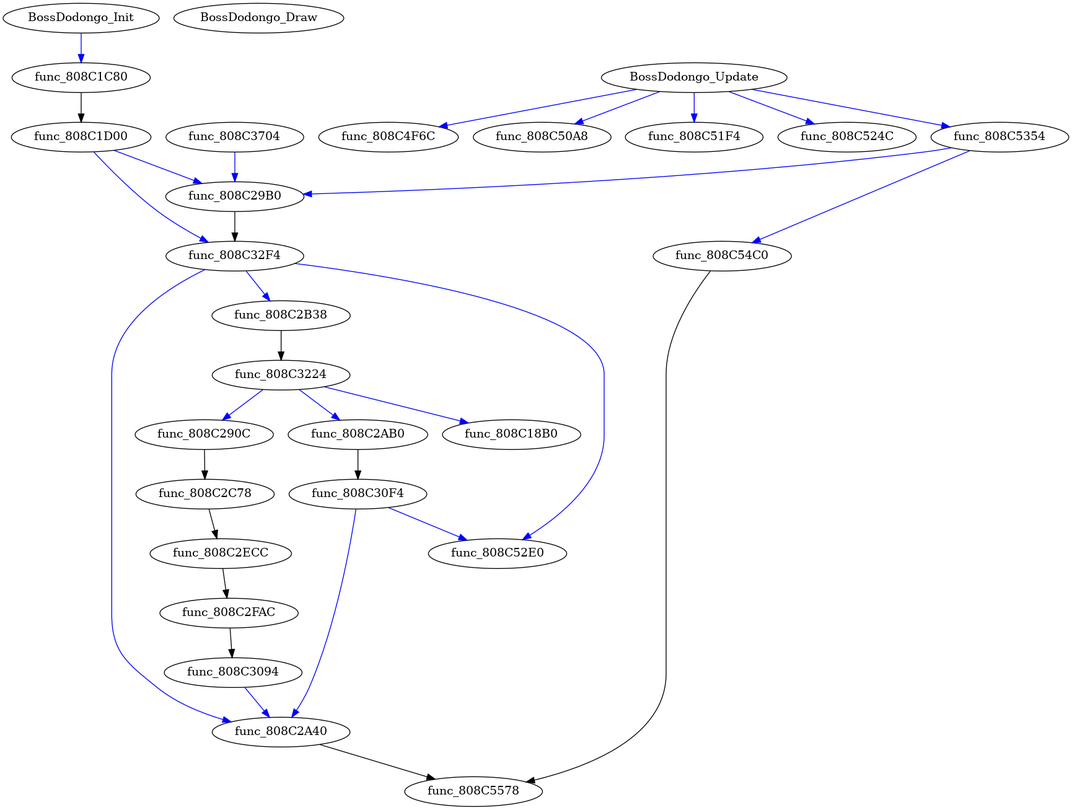
This is graphs/Boss_Dodongo.gv.png from zeldaret/oot, a Graphviz export, as it was before one commit. Its source is kept beside it as graphs/Boss_Dodongo.gv.
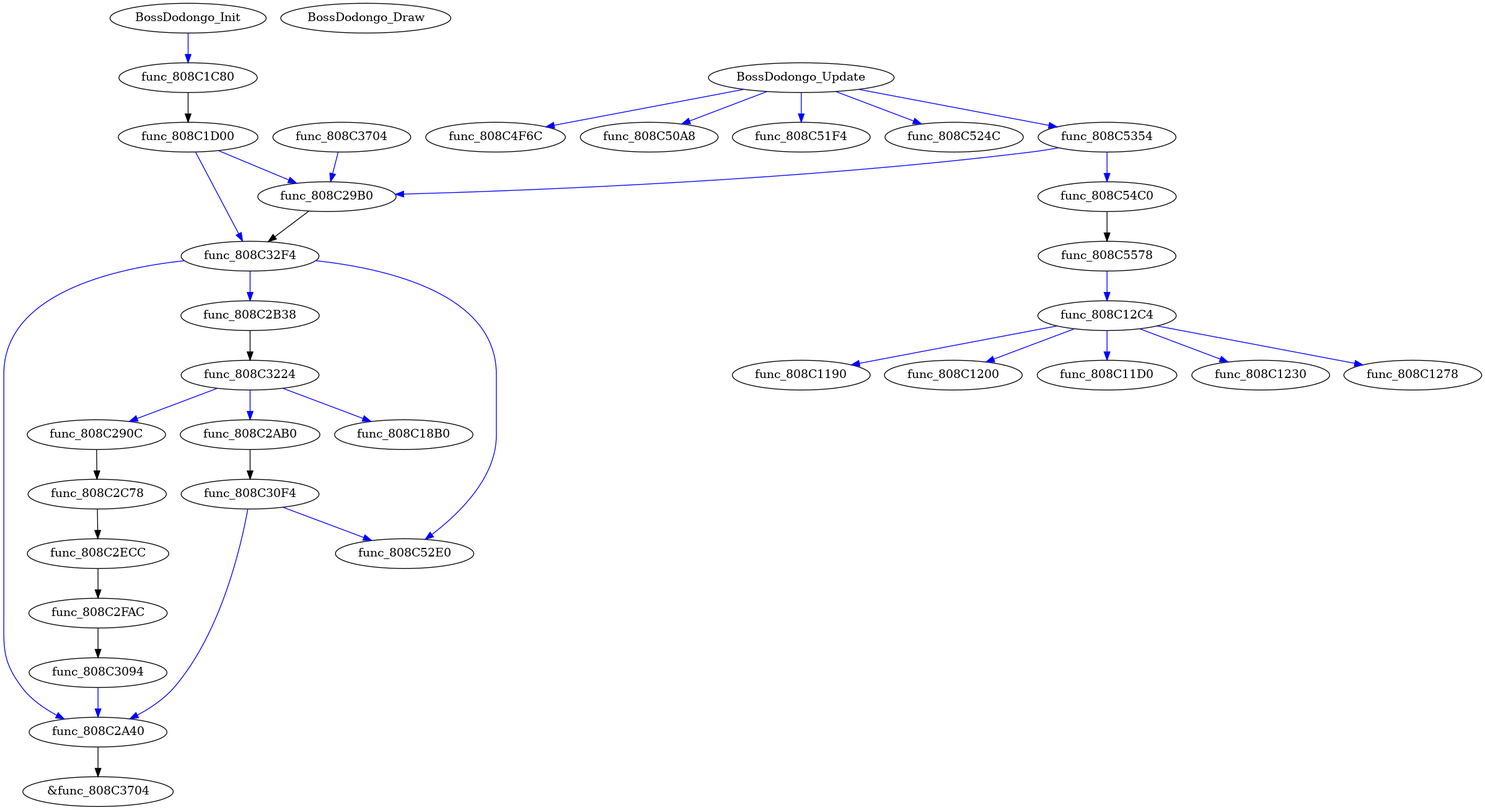
After the change.

Diff of the diagram source:
```diff
@@ -1,95 +1,113 @@
 digraph {
-	1 [label=BossDodongo_Init]
-	17 [label=BossDodongo_Update]
-	20 [label=BossDodongo_Draw]
-	1 [label=BossDodongo_Init]
-	2 [label=func_808C1C80]
-	1 -> 2 [color=blue]
-	2 [label=func_808C1C80]
-	3 [label=func_808C1D00]
-	2 -> 3 [color=Black]
-	3 [label=func_808C1D00]
-	15 [label=func_808C32F4]
-	3 -> 15 [color=blue]
-	3 [label=func_808C1D00]
-	5 [label=func_808C29B0]
-	3 -> 5 [color=blue]
-	4 [label=func_808C290C]
-	9 [label=func_808C2C78]
-	4 -> 9 [color=Black]
-	5 [label=func_808C29B0]
-	15 [label=func_808C32F4]
-	5 -> 15 [color=Black]
-	6 [label=func_808C2A40]
+	7 [label=BossDodongo_Init]
+	23 [label=BossDodongo_Update]
+	26 [label=BossDodongo_Draw]
+	5 [label=func_808C12C4]
+	0 [label=func_808C1190]
+	5 -> 0 [color=blue]
+	5 [label=func_808C12C4]
+	2 [label=func_808C1200]
+	5 -> 2 [color=blue]
+	5 [label=func_808C12C4]
+	1 [label=func_808C11D0]
+	5 -> 1 [color=blue]
+	5 [label=func_808C12C4]
+	3 [label=func_808C1230]
+	5 -> 3 [color=blue]
+	5 [label=func_808C12C4]
+	4 [label=func_808C1278]
+	5 -> 4 [color=blue]
+	7 [label=BossDodongo_Init]
+	8 [label=func_808C1C80]
+	7 -> 8 [color=blue]
+	8 [label=func_808C1C80]
+	9 [label=func_808C1D00]
+	8 -> 9 [color=Black]
+	9 [label=func_808C1D00]
+	21 [label=func_808C32F4]
+	9 -> 21 [color=blue]
+	9 [label=func_808C1D00]
+	11 [label=func_808C29B0]
+	9 -> 11 [color=blue]
+	10 [label=func_808C290C]
+	15 [label=func_808C2C78]
+	10 -> 15 [color=Black]
+	11 [label=func_808C29B0]
+	21 [label=func_808C32F4]
+	11 -> 21 [color=Black]
+	12 [label=func_808C2A40]
 	None [label="&func_808C3704"]
-	6 -> None [color=Black]
-	7 [label=func_808C2AB0]
-	13 [label=func_808C30F4]
-	7 -> 13 [color=Black]
-	8 [label=func_808C2B38]
-	14 [label=func_808C3224]
-	8 -> 14 [color=Black]
-	9 [label=func_808C2C78]
-	10 [label=func_808C2ECC]
-	9 -> 10 [color=Black]
-	10 [label=func_808C2ECC]
-	11 [label=func_808C2FAC]
-	10 -> 11 [color=Black]
-	11 [label=func_808C2FAC]
-	12 [label=func_808C3094]
-	11 -> 12 [color=Black]
-	12 [label=func_808C3094]
-	6 [label=func_808C2A40]
-	12 -> 6 [color=blue]
-	13 [label=func_808C30F4]
-	25 [label=func_808C52E0]
-	13 -> 25 [color=blue]
-	13 [label=func_808C30F4]
-	6 [label=func_808C2A40]
-	13 -> 6 [color=blue]
-	14 [label=func_808C3224]
-	7 [label=func_808C2AB0]
-	14 -> 7 [color=blue]
-	14 [label=func_808C3224]
-	0 [label=func_808C18B0]
-	14 -> 0 [color=blue]
-	14 [label=func_808C3224]
-	4 [label=func_808C290C]
-	14 -> 4 [color=blue]
-	15 [label=func_808C32F4]
-	8 [label=func_808C2B38]
-	15 -> 8 [color=blue]
-	15 [label=func_808C32F4]
-	25 [label=func_808C52E0]
-	15 -> 25 [color=blue]
-	15 [label=func_808C32F4]
-	6 [label=func_808C2A40]
-	15 -> 6 [color=blue]
-	16 [label=func_808C3704]
-	5 [label=func_808C29B0]
-	16 -> 5 [color=blue]
-	17 [label=BossDodongo_Update]
-	21 [label=func_808C4F6C]
-	17 -> 21 [color=blue]
-	17 [label=BossDodongo_Update]
-	22 [label=func_808C50A8]
-	17 -> 22 [color=blue]
-	17 [label=BossDodongo_Update]
-	23 [label=func_808C51F4]
-	17 -> 23 [color=blue]
-	17 [label=BossDodongo_Update]
-	24 [label=func_808C524C]
-	17 -> 24 [color=blue]
-	17 [label=BossDodongo_Update]
-	26 [label=func_808C5354]
-	17 -> 26 [color=blue]
-	26 [label=func_808C5354]
-	27 [label=func_808C54C0]
-	26 -> 27 [color=blue]
-	26 [label=func_808C5354]
-	5 [label=func_808C29B0]
-	26 -> 5 [color=blue]
-	27 [label=func_808C54C0]
-	None [label=func_808C5578]
-	27 -> None [color=Black]
+	12 -> None [color=Black]
+	13 [label=func_808C2AB0]
+	19 [label=func_808C30F4]
+	13 -> 19 [color=Black]
+	14 [label=func_808C2B38]
+	20 [label=func_808C3224]
+	14 -> 20 [color=Black]
+	15 [label=func_808C2C78]
+	16 [label=func_808C2ECC]
+	15 -> 16 [color=Black]
+	16 [label=func_808C2ECC]
+	17 [label=func_808C2FAC]
+	16 -> 17 [color=Black]
+	17 [label=func_808C2FAC]
+	18 [label=func_808C3094]
+	17 -> 18 [color=Black]
+	18 [label=func_808C3094]
+	12 [label=func_808C2A40]
+	18 -> 12 [color=blue]
+	19 [label=func_808C30F4]
+	31 [label=func_808C52E0]
+	19 -> 31 [color=blue]
+	19 [label=func_808C30F4]
+	12 [label=func_808C2A40]
+	19 -> 12 [color=blue]
+	20 [label=func_808C3224]
+	13 [label=func_808C2AB0]
+	20 -> 13 [color=blue]
+	20 [label=func_808C3224]
+	6 [label=func_808C18B0]
+	20 -> 6 [color=blue]
+	20 [label=func_808C3224]
+	10 [label=func_808C290C]
+	20 -> 10 [color=blue]
+	21 [label=func_808C32F4]
+	14 [label=func_808C2B38]
+	21 -> 14 [color=blue]
+	21 [label=func_808C32F4]
+	31 [label=func_808C52E0]
+	21 -> 31 [color=blue]
+	21 [label=func_808C32F4]
+	12 [label=func_808C2A40]
+	21 -> 12 [color=blue]
+	22 [label=func_808C3704]
+	11 [label=func_808C29B0]
+	22 -> 11 [color=blue]
+	23 [label=BossDodongo_Update]
+	27 [label=func_808C4F6C]
+	23 -> 27 [color=blue]
+	23 [label=BossDodongo_Update]
+	28 [label=func_808C50A8]
+	23 -> 28 [color=blue]
+	23 [label=BossDodongo_Update]
+	29 [label=func_808C51F4]
+	23 -> 29 [color=blue]
+	23 [label=BossDodongo_Update]
+	30 [label=func_808C524C]
+	23 -> 30 [color=blue]
+	23 [label=BossDodongo_Update]
+	32 [label=func_808C5354]
+	23 -> 32 [color=blue]
+	32 [label=func_808C5354]
+	33 [label=func_808C54C0]
+	32 -> 33 [color=blue]
+	32 [label=func_808C5354]
+	11 [label=func_808C29B0]
+	32 -> 11 [color=blue]
+	33 [label=func_808C54C0]
+	34 [label=func_808C5578]
+	33 -> 34 [color=Black]
+	34 [label=func_808C5578]
+	5 [label=func_808C12C4]
+	34 -> 5 [color=blue]
 }
```
